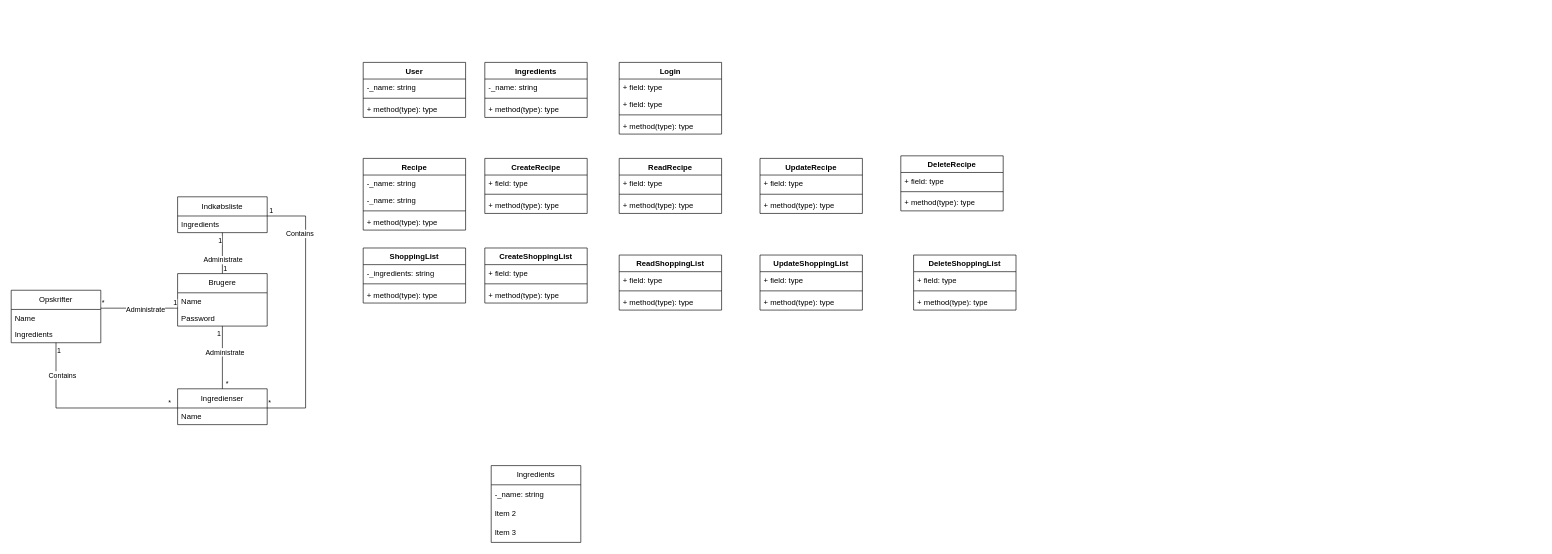
Above: HandleLetDomain.drawio in JaisAndersen/HandleLet (draw.io), before the change. Source tidied: cells renumbered, new cells numbered last; positions are measured from the earlier drawing's top-left corner, leaving out a move shared by most shapes. Both pictures are drawn from the tidied source at 64%, with x=0, y=0 at pixel (11, 62).
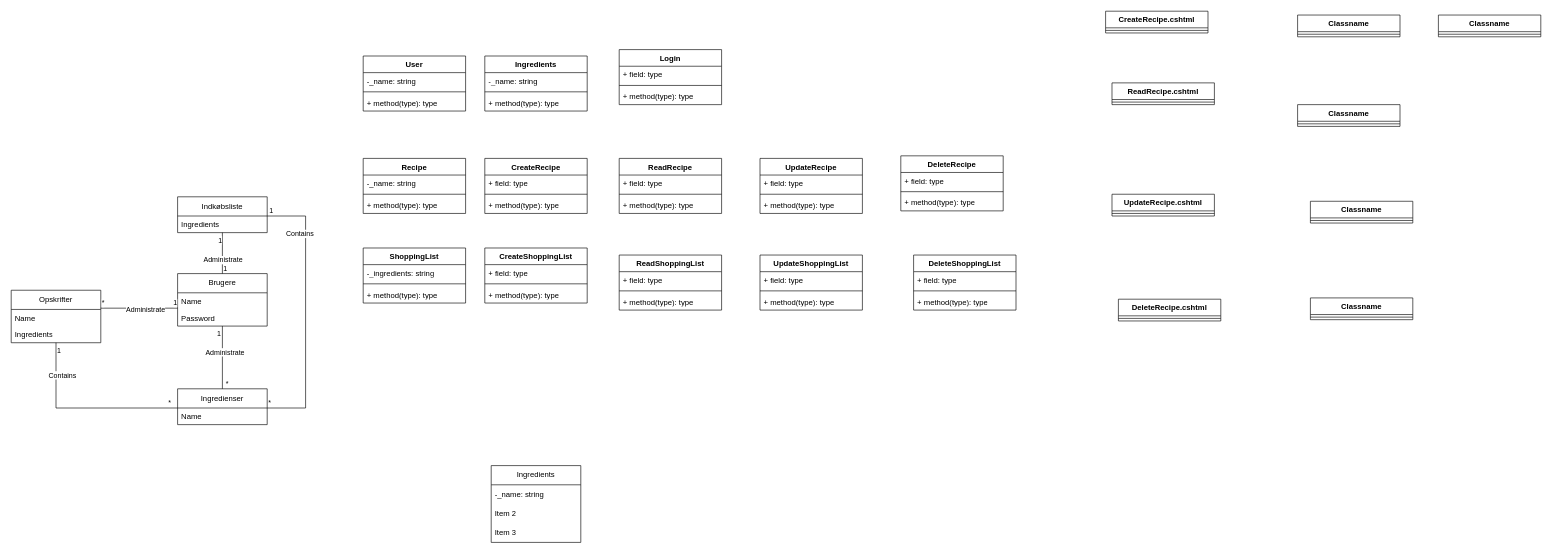
After the change.

What changed in the source:
```diff
@@
     <mxCell id="68" value="User" style="swimlane;fontStyle=1;align=center;verticalAlign=top;horizontal=1;startSize=26;whiteSpace=wrap;html=1;" parent="1" vertex="1">
-      <mxGeometry x="550" width="160" height="86" as="geometry" />
+      <mxGeometry x="550" y="-10" width="160" height="86" as="geometry" />
     </mxCell>
@@
     <mxCell id="72" value="Ingredients" style="swimlane;fontStyle=1;align=center;verticalAlign=top;horizontal=1;startSize=26;whiteSpace=wrap;html=1;" parent="1" vertex="1">
-      <mxGeometry x="740" width="160" height="86" as="geometry" />
+      <mxGeometry x="740" y="-10" width="160" height="86" as="geometry" />
     </mxCell>
@@
     <mxCell id="80" value="Recipe" style="swimlane;fontStyle=1;align=center;verticalAlign=top;horizontal=1;startSize=26;whiteSpace=wrap;html=1;" parent="1" vertex="1">
-      <mxGeometry x="550" y="150" width="160" height="112" as="geometry" />
+      <mxGeometry x="550" y="150" width="160" height="86" as="geometry" />
     </mxCell>
@@
-    <mxCell id="82" value="-_name: string" style="text;strokeColor=none;fillColor=none;align=left;verticalAlign=top;spacingLeft=4;spacingRight=4;overflow=hidden;whiteSpace=wrap;html=1;" parent="80" vertex="1">
-      <mxGeometry y="52" width="160" height="26" as="geometry" />
-    </mxCell>
     <mxCell id="83" style="line;strokeWidth=1;fillColor=none;align=left;verticalAlign=middle;spacingTop=-1;spacingLeft=3;spacingRight=3;labelPosition=right;strokeColor=inherit;" parent="80" vertex="1">
-      <mxGeometry y="78" width="160" height="8" as="geometry" />
+      <mxGeometry y="52" width="160" height="8" as="geometry" />
     </mxCell>
     <mxCell id="84" value="+ method(type): type" style="text;strokeColor=none;fillColor=none;align=left;verticalAlign=top;spacingLeft=4;spacingRight=4;overflow=hidden;whiteSpace=wrap;html=1;" parent="80" vertex="1">
-      <mxGeometry y="86" width="160" height="26" as="geometry" />
+      <mxGeometry y="60" width="160" height="26" as="geometry" />
     </mxCell>
     <mxCell id="85" value="Login" style="swimlane;fontStyle=1;align=center;verticalAlign=top;horizontal=1;startSize=26;whiteSpace=wrap;html=1;" parent="1" vertex="1">
-      <mxGeometry x="950" width="160" height="112" as="geometry" />
+      <mxGeometry x="950" y="-20" width="160" height="86" as="geometry" />
     </mxCell>
-    <mxCell id="86" value="+ field: type" style="text;strokeColor=none;fillColor=none;align=left;verticalAlign=top;spacingLeft=4;spacingRight=4;overflow=hidden;whiteSpace=wrap;html=1;" parent="85" vertex="1">
-      <mxGeometry y="26" width="160" height="26" as="geometry" />
-    </mxCell>
     <mxCell id="87" value="+ field: type" style="text;strokeColor=none;fillColor=none;align=left;verticalAlign=top;spacingLeft=4;spacingRight=4;overflow=hidden;whiteSpace=wrap;html=1;" parent="85" vertex="1">
-      <mxGeometry y="52" width="160" height="26" as="geometry" />
+      <mxGeometry y="26" width="160" height="26" as="geometry" />
     </mxCell>
     <mxCell id="88" style="line;strokeWidth=1;fillColor=none;align=left;verticalAlign=middle;spacingTop=-1;spacingLeft=3;spacingRight=3;labelPosition=right;strokeColor=inherit;" parent="85" vertex="1">
-      <mxGeometry y="78" width="160" height="8" as="geometry" />
+      <mxGeometry y="52" width="160" height="8" as="geometry" />
     </mxCell>
     <mxCell id="89" value="+ method(type): type" style="text;strokeColor=none;fillColor=none;align=left;verticalAlign=top;spacingLeft=4;spacingRight=4;overflow=hidden;whiteSpace=wrap;html=1;" parent="85" vertex="1">
-      <mxGeometry y="86" width="160" height="26" as="geometry" />
+      <mxGeometry y="60" width="160" height="26" as="geometry" />
     </mxCell>
+    <mxCell id="90" value="CreateRecipe.cshtml" style="swimlane;fontStyle=1;align=center;verticalAlign=top;horizontal=1;startSize=26;whiteSpace=wrap;html=1;" parent="1" vertex="1">
+      <mxGeometry x="1710" y="-80" width="160" height="34" as="geometry" />
+    </mxCell>
+    <mxCell id="91" style="line;strokeWidth=1;fillColor=none;align=left;verticalAlign=middle;spacingTop=-1;spacingLeft=3;spacingRight=3;labelPosition=right;strokeColor=inherit;" parent="90" vertex="1">
+      <mxGeometry y="26" width="160" height="8" as="geometry" />
+    </mxCell>
+    <mxCell id="92" value="ReadRecipe.cshtml" style="swimlane;fontStyle=1;align=center;verticalAlign=top;horizontal=1;startSize=26;whiteSpace=wrap;html=1;" parent="1" vertex="1">
+      <mxGeometry x="1720" y="32" width="160" height="34" as="geometry" />
+    </mxCell>
+    <mxCell id="93" style="line;strokeWidth=1;fillColor=none;align=left;verticalAlign=middle;spacingTop=-1;spacingLeft=3;spacingRight=3;labelPosition=right;strokeColor=inherit;" parent="92" vertex="1">
+      <mxGeometry y="26" width="160" height="8" as="geometry" />
+    </mxCell>
+    <mxCell id="94" value="UpdateRecipe.cshtml" style="swimlane;fontStyle=1;align=center;verticalAlign=top;horizontal=1;startSize=26;whiteSpace=wrap;html=1;" parent="1" vertex="1">
+      <mxGeometry x="1720" y="206" width="160" height="34" as="geometry" />
+    </mxCell>
+    <mxCell id="95" style="line;strokeWidth=1;fillColor=none;align=left;verticalAlign=middle;spacingTop=-1;spacingLeft=3;spacingRight=3;labelPosition=right;strokeColor=inherit;" parent="94" vertex="1">
+      <mxGeometry y="26" width="160" height="8" as="geometry" />
+    </mxCell>
+    <mxCell id="96" value="DeleteRecipe.cshtml" style="swimlane;fontStyle=1;align=center;verticalAlign=top;horizontal=1;startSize=26;whiteSpace=wrap;html=1;" parent="1" vertex="1">
+      <mxGeometry x="1730" y="370" width="160" height="34" as="geometry" />
+    </mxCell>
+    <mxCell id="97" style="line;strokeWidth=1;fillColor=none;align=left;verticalAlign=middle;spacingTop=-1;spacingLeft=3;spacingRight=3;labelPosition=right;strokeColor=inherit;" parent="96" vertex="1">
+      <mxGeometry y="26" width="160" height="8" as="geometry" />
+    </mxCell>
+    <mxCell id="98" value="Classname" style="swimlane;fontStyle=1;align=center;verticalAlign=top;horizontal=1;startSize=26;whiteSpace=wrap;html=1;" parent="1" vertex="1">
+      <mxGeometry x="2010" y="-74" width="160" height="34" as="geometry" />
+    </mxCell>
+    <mxCell id="99" style="line;strokeWidth=1;fillColor=none;align=left;verticalAlign=middle;spacingTop=-1;spacingLeft=3;spacingRight=3;labelPosition=right;strokeColor=inherit;" parent="98" vertex="1">
+      <mxGeometry y="26" width="160" height="8" as="geometry" />
+    </mxCell>
+    <mxCell id="100" value="Classname" style="swimlane;fontStyle=1;align=center;verticalAlign=top;horizontal=1;startSize=26;whiteSpace=wrap;html=1;" parent="1" vertex="1">
+      <mxGeometry x="2010" y="66" width="160" height="34" as="geometry" />
+    </mxCell>
+    <mxCell id="101" style="line;strokeWidth=1;fillColor=none;align=left;verticalAlign=middle;spacingTop=-1;spacingLeft=3;spacingRight=3;labelPosition=right;strokeColor=inherit;" parent="100" vertex="1">
+      <mxGeometry y="26" width="160" height="8" as="geometry" />
+    </mxCell>
+    <mxCell id="102" value="Classname" style="swimlane;fontStyle=1;align=center;verticalAlign=top;horizontal=1;startSize=26;whiteSpace=wrap;html=1;" parent="1" vertex="1">
+      <mxGeometry x="2030" y="217" width="160" height="34" as="geometry" />
+    </mxCell>
+    <mxCell id="103" style="line;strokeWidth=1;fillColor=none;align=left;verticalAlign=middle;spacingTop=-1;spacingLeft=3;spacingRight=3;labelPosition=right;strokeColor=inherit;" parent="102" vertex="1">
+      <mxGeometry y="26" width="160" height="8" as="geometry" />
+    </mxCell>
+    <mxCell id="104" value="Classname" style="swimlane;fontStyle=1;align=center;verticalAlign=top;horizontal=1;startSize=26;whiteSpace=wrap;html=1;" parent="1" vertex="1">
+      <mxGeometry x="2030" y="368" width="160" height="34" as="geometry" />
+    </mxCell>
+    <mxCell id="105" style="line;strokeWidth=1;fillColor=none;align=left;verticalAlign=middle;spacingTop=-1;spacingLeft=3;spacingRight=3;labelPosition=right;strokeColor=inherit;" parent="104" vertex="1">
+      <mxGeometry y="26" width="160" height="8" as="geometry" />
+    </mxCell>
+    <mxCell id="106" value="Classname" style="swimlane;fontStyle=1;align=center;verticalAlign=top;horizontal=1;startSize=26;whiteSpace=wrap;html=1;" parent="1" vertex="1">
+      <mxGeometry x="2230" y="-74" width="160" height="34" as="geometry" />
+    </mxCell>
+    <mxCell id="107" style="line;strokeWidth=1;fillColor=none;align=left;verticalAlign=middle;spacingTop=-1;spacingLeft=3;spacingRight=3;labelPosition=right;strokeColor=inherit;" parent="106" vertex="1">
+      <mxGeometry y="26" width="160" height="8" as="geometry" />
+    </mxCell>
```
